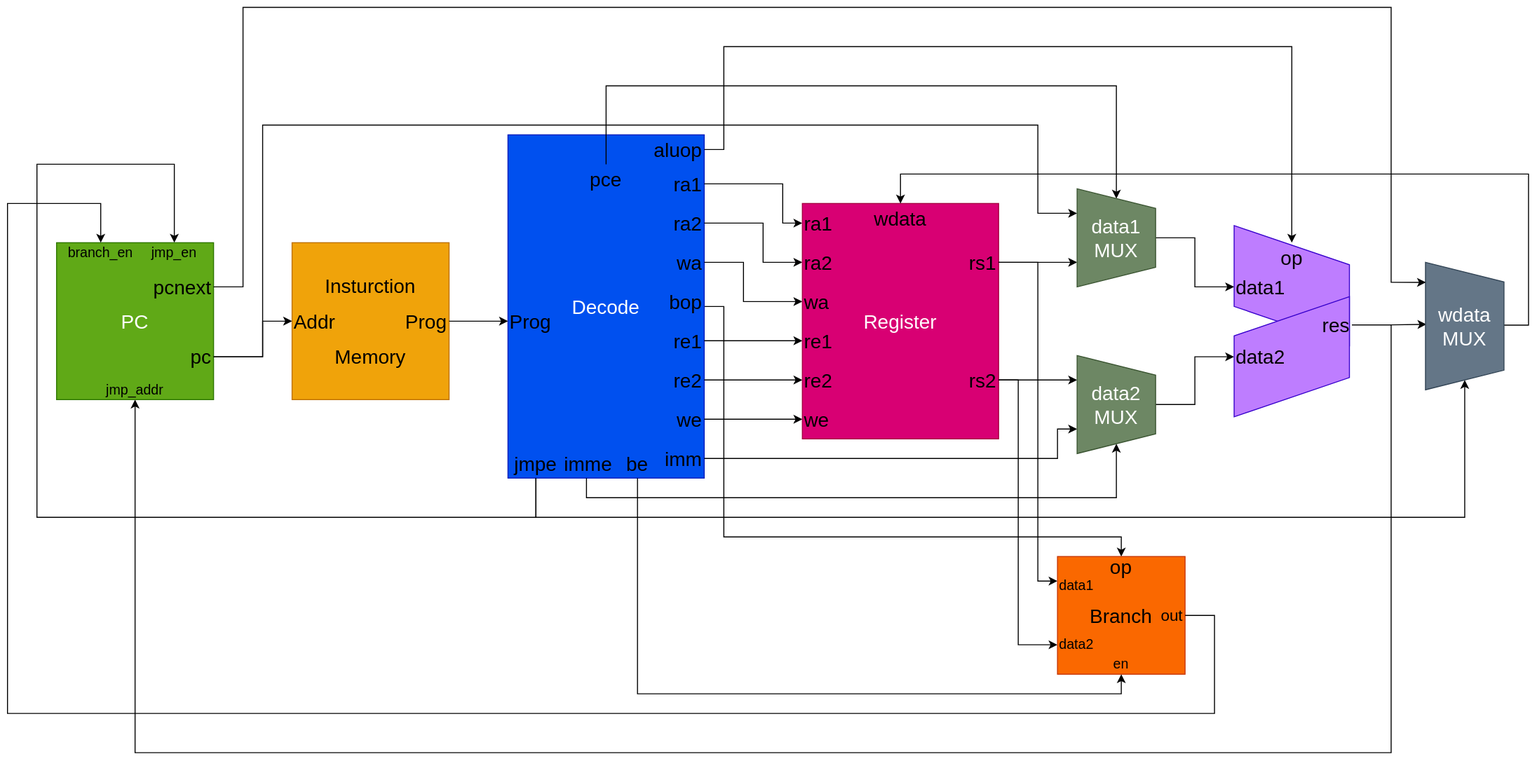
This is img/cpu.svg from accomdemy/accomdemy_rv32i, a draw.io export, as it was before one commit. Source tidied: cells renumbered, new cells last; positions are measured from the earlier drawing's top-left corner, leaving out a move shared by most shapes.
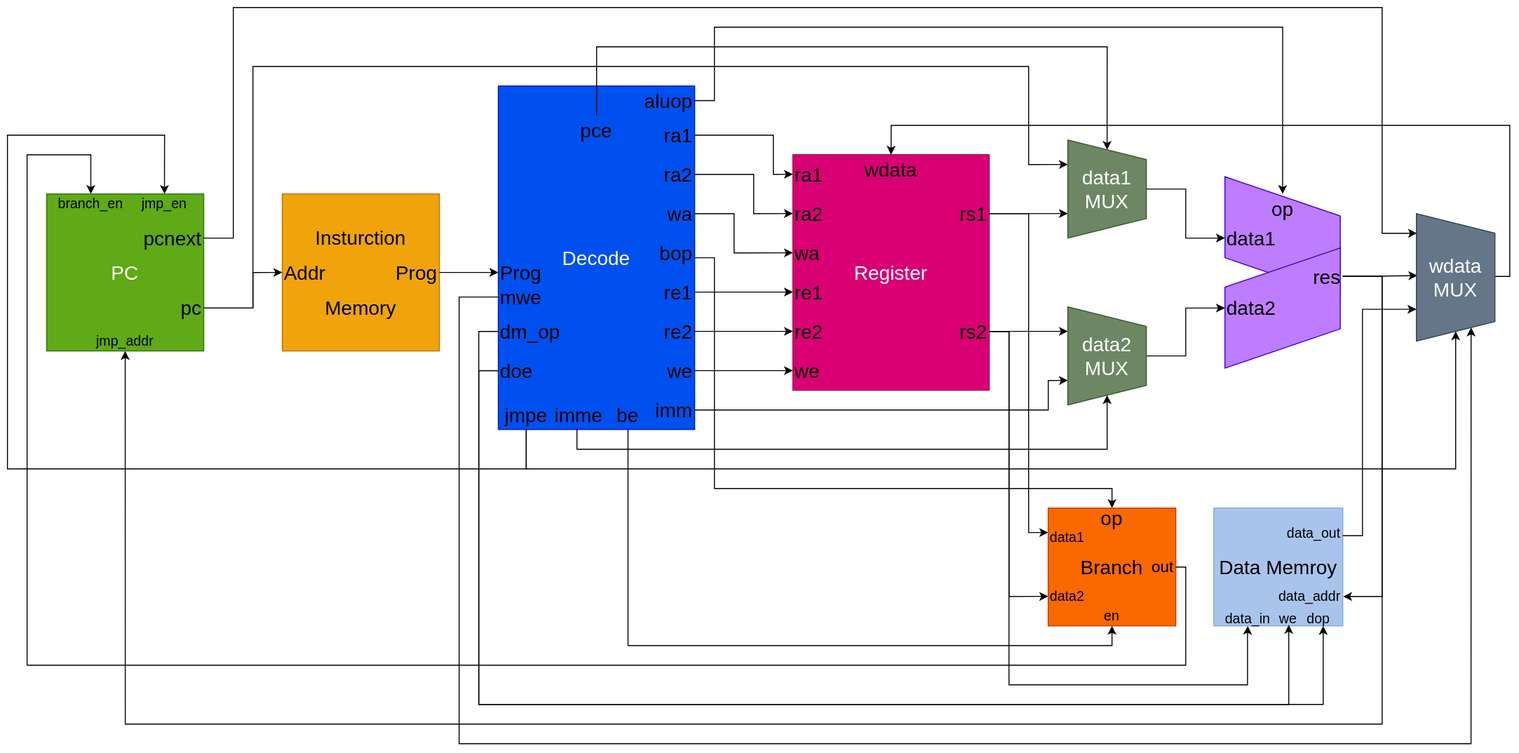
After the commit.

The edit, as a diff of the source:
```diff
@@ -21,9 +21,9 @@
       <mxGeometry relative="1" as="geometry">
         <Array as="points">
           <mxPoint x="538" y="520" />
-          <mxPoint x="30" y="520" />
-          <mxPoint x="30" y="160" />
-          <mxPoint x="170" y="160" />
+          <mxPoint x="10" y="520" />
+          <mxPoint x="10" y="180" />
+          <mxPoint x="170" y="180" />
         </Array>
       </mxGeometry>
     </mxCell>
@@ -41,8 +41,8 @@
     <mxCell id="8" style="edgeStyle=orthogonalEdgeStyle;rounded=0;jettySize=auto;html=1;entryX=0;entryY=0.5;entryDx=0;entryDy=0;fontSize=14;fontColor=#000000;" parent="1" edge="1" source="9" target="43">
       <mxGeometry relative="1" as="geometry">
         <Array as="points">
-          <mxPoint x="610" y="80" />
-          <mxPoint x="1130" y="80" />
+          <mxPoint x="610" y="90" />
+          <mxPoint x="1130" y="90" />
         </Array>
       </mxGeometry>
     </mxCell>
@@ -86,8 +86,8 @@
       <mxGeometry relative="1" as="geometry">
         <Array as="points">
           <mxPoint x="730" y="145" />
-          <mxPoint x="730" y="40" />
-          <mxPoint x="1309" y="40" />
+          <mxPoint x="730" y="70" />
+          <mxPoint x="1309" y="70" />
         </Array>
       </mxGeometry>
     </mxCell>
@@ -183,6 +183,17 @@
         </Array>
       </mxGeometry>
     </mxCell>
+    <mxCell id="79" style="edgeStyle=orthogonalEdgeStyle;rounded=0;jettySize=auto;html=1;entryX=0.5;entryY=1;entryDx=0;entryDy=0;" parent="1" edge="1" source="41" target="84">
+      <mxGeometry relative="1" as="geometry">
+        <Array as="points">
+          <mxPoint x="1030" y="380" />
+          <mxPoint x="1030" y="740" />
+          <mxPoint x="1273" y="740" />
+          <mxPoint x="1273" y="690" />
+          <mxPoint x="1273" y="690" />
+        </Array>
+      </mxGeometry>
+    </mxCell>
     <mxCell id="41" value="rs2" style="text;html=1;strokeColor=none;fillColor=none;align=right;verticalAlign=middle;whiteSpace=wrap;rounded=0;fontSize=20;" parent="1" vertex="1">
       <mxGeometry x="950" y="365" width="60" height="30" as="geometry" />
     </mxCell>
@@ -222,11 +233,20 @@
       <mxGeometry relative="1" as="geometry">
         <Array as="points">
           <mxPoint x="1410" y="324" />
-          <mxPoint x="1410" y="760" />
-          <mxPoint x="130" y="760" />
+          <mxPoint x="1410" y="780" />
+          <mxPoint x="130" y="780" />
         </Array>
       </mxGeometry>
     </mxCell>
+    <mxCell id="80" style="edgeStyle=orthogonalEdgeStyle;rounded=0;jettySize=auto;html=1;entryX=1.009;entryY=0.451;entryDx=0;entryDy=0;entryPerimeter=0;" parent="1" edge="1" source="52" target="85">
+      <mxGeometry relative="1" as="geometry">
+        <Array as="points">
+          <mxPoint x="1410" y="324" />
+          <mxPoint x="1410" y="650" />
+          <mxPoint x="1370" y="650" />
+        </Array>
+      </mxGeometry>
+    </mxCell>
     <mxCell id="52" value="res" style="text;html=1;strokeColor=none;fillColor=none;align=right;verticalAlign=middle;whiteSpace=wrap;rounded=0;fontSize=20;" parent="1" vertex="1">
       <mxGeometry x="1310" y="306.2" width="60" height="35" as="geometry" />
     </mxCell>
@@ -260,8 +280,8 @@
       <mxGeometry relative="1" as="geometry">
         <Array as="points">
           <mxPoint x="260" y="356" />
-          <mxPoint x="260" y="120" />
-          <mxPoint x="1050" y="120" />
+          <mxPoint x="260" y="110" />
+          <mxPoint x="1050" y="110" />
           <mxPoint x="1050" y="210" />
         </Array>
       </mxGeometry>
@@ -281,35 +301,23 @@
     <mxCell id="65" value="Branch" style="rounded=0;whiteSpace=wrap;html=1;fontSize=20;fillColor=#fa6800;fontColor=#000000;strokeColor=#C73500;" parent="1" vertex="1">
       <mxGeometry x="1070" y="560" width="130" height="120" as="geometry" />
     </mxCell>
-    <mxCell id="66" value="data1" style="text;html=1;strokeColor=none;fillColor=none;align=left;verticalAlign=middle;whiteSpace=wrap;rounded=0;fontSize=14;fontColor=#000000;" parent="1" vertex="1">
-      <mxGeometry x="1070" y="580" width="60" height="20" as="geometry" />
-    </mxCell>
-    <mxCell id="67" value="data2" style="text;html=1;strokeColor=none;fillColor=none;align=left;verticalAlign=middle;whiteSpace=wrap;rounded=0;fontSize=14;fontColor=#000000;" parent="1" vertex="1">
-      <mxGeometry x="1070" y="640" width="60" height="20" as="geometry" />
-    </mxCell>
-    <mxCell id="68" value="op" style="text;html=1;strokeColor=none;fillColor=none;align=center;verticalAlign=middle;whiteSpace=wrap;rounded=0;fontSize=20;fontColor=#000000;" parent="1" vertex="1">
-      <mxGeometry x="1105" y="560" width="60" height="20" as="geometry" />
-    </mxCell>
     <mxCell id="69" style="edgeStyle=orthogonalEdgeStyle;rounded=0;jettySize=auto;html=1;entryX=0.5;entryY=0;entryDx=0;entryDy=0;fontSize=14;fontColor=#000000;" parent="1" edge="1" source="70" target="64">
       <mxGeometry relative="1" as="geometry">
         <Array as="points">
-          <mxPoint x="1230" y="620" />
-          <mxPoint x="1230" y="720" />
-          <mxPoint y="720" />
-          <mxPoint y="200" />
+          <mxPoint x="1210" y="620" />
+          <mxPoint x="1210" y="720" />
+          <mxPoint x="30" y="720" />
+          <mxPoint x="30" y="200" />
           <mxPoint x="95" y="200" />
         </Array>
       </mxGeometry>
     </mxCell>
-    <mxCell id="70" value="out" style="text;html=1;strokeColor=none;fillColor=none;align=right;verticalAlign=middle;whiteSpace=wrap;rounded=0;fontSize=16;fontColor=#000000;" parent="1" vertex="1">
-      <mxGeometry x="1140" y="602.5" width="60" height="35" as="geometry" />
-    </mxCell>
     <mxCell id="71" style="edgeStyle=orthogonalEdgeStyle;rounded=0;jettySize=auto;html=1;entryX=0.5;entryY=0;entryDx=0;entryDy=0;fontSize=14;fontColor=#000000;" parent="1" edge="1" target="35">
       <mxGeometry relative="1" as="geometry">
         <mxPoint x="1525" y="324" as="sourcePoint" />
         <Array as="points">
-          <mxPoint x="1550" y="324" />
-          <mxPoint x="1550" y="170" />
+          <mxPoint x="1540" y="324" />
+          <mxPoint x="1540" y="170" />
           <mxPoint x="910" y="170" />
         </Array>
       </mxGeometry>
@@ -321,8 +329,8 @@
       <mxGeometry relative="1" as="geometry">
         <Array as="points">
           <mxPoint x="240" y="285" />
-          <mxPoint x="240" />
-          <mxPoint x="1410" />
+          <mxPoint x="240" y="50" />
+          <mxPoint x="1410" y="50" />
           <mxPoint x="1410" y="280" />
           <mxPoint x="1446" y="280" />
         </Array>
@@ -334,9 +342,6 @@
     <mxCell id="75" value="bop" style="text;html=1;strokeColor=none;fillColor=none;align=right;verticalAlign=middle;whiteSpace=wrap;rounded=0;fontSize=20;" parent="1" vertex="1">
       <mxGeometry x="650" y="285" width="60" height="30" as="geometry" />
     </mxCell>
-    <mxCell id="76" value="en" style="text;html=1;strokeColor=none;fillColor=none;align=center;verticalAlign=middle;whiteSpace=wrap;rounded=0;fontSize=14;fontColor=#000000;" parent="1" vertex="1">
-      <mxGeometry x="1120" y="660" width="30" height="20" as="geometry" />
-    </mxCell>
     <mxCell id="77" style="edgeStyle=orthogonalEdgeStyle;rounded=0;jettySize=auto;html=1;entryX=0.5;entryY=1;entryDx=0;entryDy=0;fontSize=20;" parent="1" edge="1" source="78" target="76">
       <mxGeometry relative="1" as="geometry">
         <Array as="points">
@@ -348,5 +353,92 @@
     <mxCell id="78" value="be" style="text;html=1;strokeColor=none;fillColor=none;align=center;verticalAlign=middle;whiteSpace=wrap;rounded=0;fontSize=20;" parent="1" vertex="1">
       <mxGeometry x="617" y="450" width="50" height="30" as="geometry" />
     </mxCell>
+    <mxCell id="81" style="group;" parent="1" vertex="1">
+      <mxGeometry x="1070" y="560" width="130" height="120" as="geometry" />
+    </mxCell>
+    <mxCell id="66" value="data1" style="text;html=1;strokeColor=none;fillColor=none;align=left;verticalAlign=middle;whiteSpace=wrap;rounded=0;fontSize=14;fontColor=#000000;" parent="81" vertex="1">
+      <mxGeometry y="20" width="60" height="20" as="geometry" />
+    </mxCell>
+    <mxCell id="67" value="data2" style="text;html=1;strokeColor=none;fillColor=none;align=left;verticalAlign=middle;whiteSpace=wrap;rounded=0;fontSize=14;fontColor=#000000;" parent="81" vertex="1">
+      <mxGeometry y="80" width="60" height="20" as="geometry" />
+    </mxCell>
+    <mxCell id="68" value="op" style="text;html=1;strokeColor=none;fillColor=none;align=center;verticalAlign=middle;whiteSpace=wrap;rounded=0;fontSize=20;fontColor=#000000;" parent="81" vertex="1">
+      <mxGeometry x="35" width="60" height="20" as="geometry" />
+    </mxCell>
+    <mxCell id="70" value="out" style="text;html=1;strokeColor=none;fillColor=none;align=right;verticalAlign=middle;whiteSpace=wrap;rounded=0;fontSize=16;fontColor=#000000;" parent="81" vertex="1">
+      <mxGeometry x="70" y="42.5" width="60" height="35" as="geometry" />
+    </mxCell>
+    <mxCell id="76" value="en" style="text;html=1;strokeColor=none;fillColor=none;align=center;verticalAlign=middle;whiteSpace=wrap;rounded=0;fontSize=14;fontColor=#000000;" parent="81" vertex="1">
+      <mxGeometry x="50" y="100" width="30" height="20" as="geometry" />
+    </mxCell>
+    <mxCell id="82" style="group;" parent="1" vertex="1">
+      <mxGeometry x="1238.8" y="560" width="131.2" height="120" as="geometry" />
+    </mxCell>
+    <mxCell id="83" value="Data Memroy" style="rounded=0;whiteSpace=wrap;html=1;fontSize=20;fillColor=#A9C4EB;fontColor=#000000;strokeColor=#7EA6E0;" parent="82" vertex="1">
+      <mxGeometry width="131.2" height="120" as="geometry" />
+    </mxCell>
+    <mxCell id="84" value="data_in" style="text;html=1;strokeColor=none;fillColor=none;align=center;verticalAlign=middle;whiteSpace=wrap;rounded=0;fontSize=14;fontColor=#000000;" parent="82" vertex="1">
+      <mxGeometry x="13.8" y="105.9" width="41.4" height="14.1" as="geometry" />
+    </mxCell>
+    <mxCell id="85" value="data_addr" style="text;html=1;strokeColor=none;fillColor=none;align=right;verticalAlign=middle;whiteSpace=wrap;rounded=0;fontSize=14;fontColor=#000000;" parent="82" vertex="1">
+      <mxGeometry x="89.8" y="83.1" width="41.4" height="14.1" as="geometry" />
+    </mxCell>
+    <mxCell id="86" value="dop" style="text;html=1;strokeColor=none;fillColor=none;align=center;verticalAlign=middle;whiteSpace=wrap;rounded=0;fontSize=14;fontColor=#000000;" parent="82" vertex="1">
+      <mxGeometry x="86.3" y="105.9" width="41.4" height="14.1" as="geometry" />
+    </mxCell>
+    <mxCell id="87" value="we" style="text;html=1;strokeColor=none;fillColor=none;align=center;verticalAlign=middle;whiteSpace=wrap;rounded=0;fontSize=14;fontColor=#000000;" parent="82" vertex="1">
+      <mxGeometry x="55.3" y="105.9" width="41.4" height="14.1" as="geometry" />
+    </mxCell>
+    <mxCell id="88" value="data_out" style="text;html=1;strokeColor=none;fillColor=none;align=right;verticalAlign=middle;whiteSpace=wrap;rounded=0;fontSize=14;fontColor=#000000;" parent="82" vertex="1">
+      <mxGeometry x="89.8" y="18.5" width="41.4" height="14.1" as="geometry" />
+    </mxCell>
+    <mxCell id="89" style="edgeStyle=orthogonalEdgeStyle;rounded=0;jettySize=auto;html=1;entryX=0.5;entryY=1;entryDx=0;entryDy=0;" parent="1" edge="1" source="90" target="87">
+      <mxGeometry relative="1" as="geometry">
+        <Array as="points">
+          <mxPoint x="490" y="420" />
+          <mxPoint x="490" y="760" />
+          <mxPoint x="1315" y="760" />
+          <mxPoint x="1315" y="679" />
+          <mxPoint x="1315" y="679" />
+        </Array>
+      </mxGeometry>
+    </mxCell>
+    <mxCell id="90" value="doe" style="text;html=1;strokeColor=none;fillColor=none;align=left;verticalAlign=middle;whiteSpace=wrap;rounded=0;fontSize=20;" parent="1" vertex="1">
+      <mxGeometry x="510" y="405" width="57" height="30" as="geometry" />
+    </mxCell>
+    <mxCell id="91" style="edgeStyle=orthogonalEdgeStyle;rounded=0;jettySize=auto;html=1;" parent="1" edge="1" source="92">
+      <mxGeometry relative="1" as="geometry">
+        <mxPoint x="1350" y="680" as="targetPoint" />
+        <Array as="points">
+          <mxPoint x="490" y="380" />
+          <mxPoint x="490" y="760" />
+          <mxPoint x="1350" y="760" />
+          <mxPoint x="1350" y="680" />
+        </Array>
+      </mxGeometry>
+    </mxCell>
+    <mxCell id="92" value="dm_op" style="text;html=1;strokeColor=none;fillColor=none;align=left;verticalAlign=middle;whiteSpace=wrap;rounded=0;fontSize=20;" parent="1" vertex="1">
+      <mxGeometry x="510" y="365" width="57" height="30" as="geometry" />
+    </mxCell>
+    <mxCell id="93" style="edgeStyle=orthogonalEdgeStyle;rounded=0;jettySize=auto;html=1;entryX=0.75;entryY=1;entryDx=0;entryDy=0;" parent="1" edge="1" source="88" target="72">
+      <mxGeometry relative="1" as="geometry">
+        <Array as="points">
+          <mxPoint x="1390" y="588" />
+          <mxPoint x="1390" y="358" />
+        </Array>
+      </mxGeometry>
+    </mxCell>
+    <mxCell id="94" style="edgeStyle=orthogonalEdgeStyle;rounded=0;jettySize=auto;html=1;exitX=0;exitY=0.5;exitDx=0;exitDy=0;entryX=1;entryY=0.25;entryDx=0;entryDy=0;" parent="1" edge="1" source="95" target="72">
+      <mxGeometry relative="1" as="geometry">
+        <Array as="points">
+          <mxPoint x="470" y="345" />
+          <mxPoint x="470" y="800" />
+          <mxPoint x="1501" y="800" />
+        </Array>
+      </mxGeometry>
+    </mxCell>
+    <mxCell id="95" value="mwe" style="text;html=1;strokeColor=none;fillColor=none;align=left;verticalAlign=middle;whiteSpace=wrap;rounded=0;fontSize=20;" parent="1" vertex="1">
+      <mxGeometry x="510" y="330" width="57" height="30" as="geometry" />
+    </mxCell>
   </root>
 </mxGraphModel>
```
